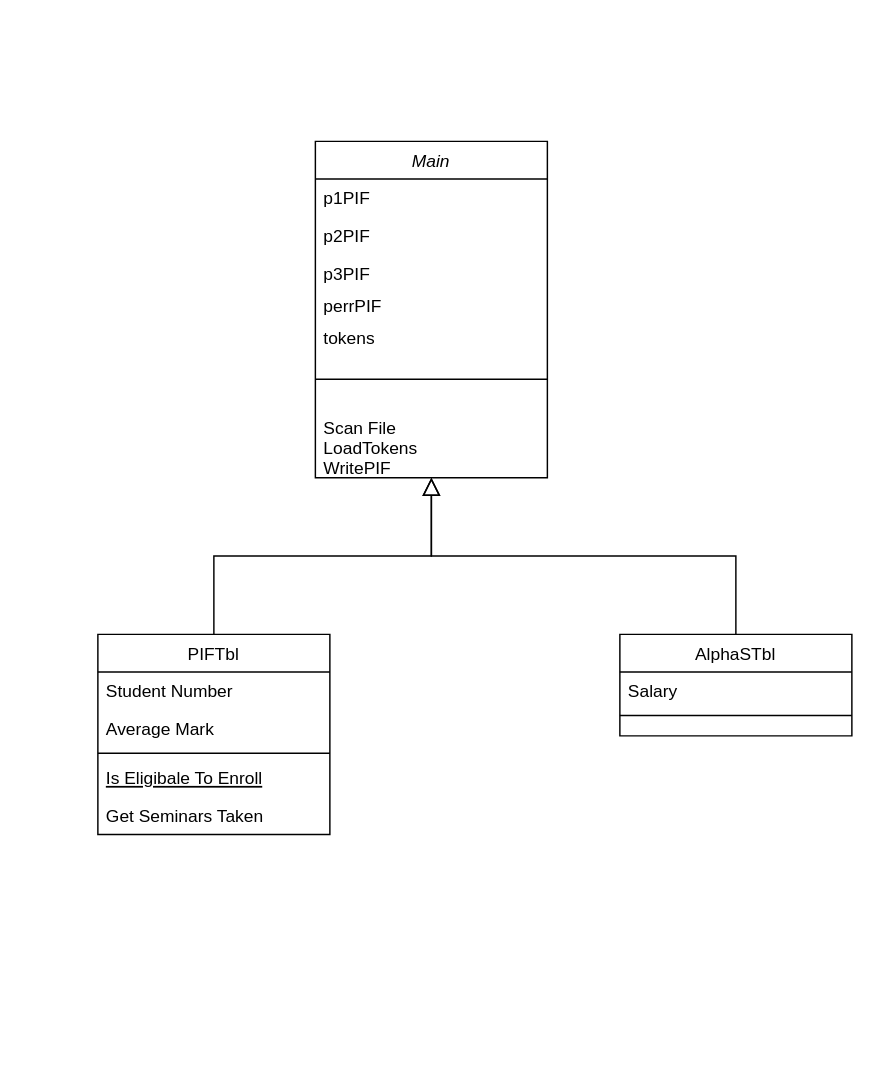
Above: L3/scannerDiag.drawio in saie2009/LFTC_Salagean (draw.io), before the change. Source tidied: cells renumbered, new cells numbered last; positions are measured from the earlier drawing's top-left corner, leaving out a move shared by most shapes. Both pictures are drawn from the tidied source at 145%, with x=0, y=0 at pixel (97, 141).
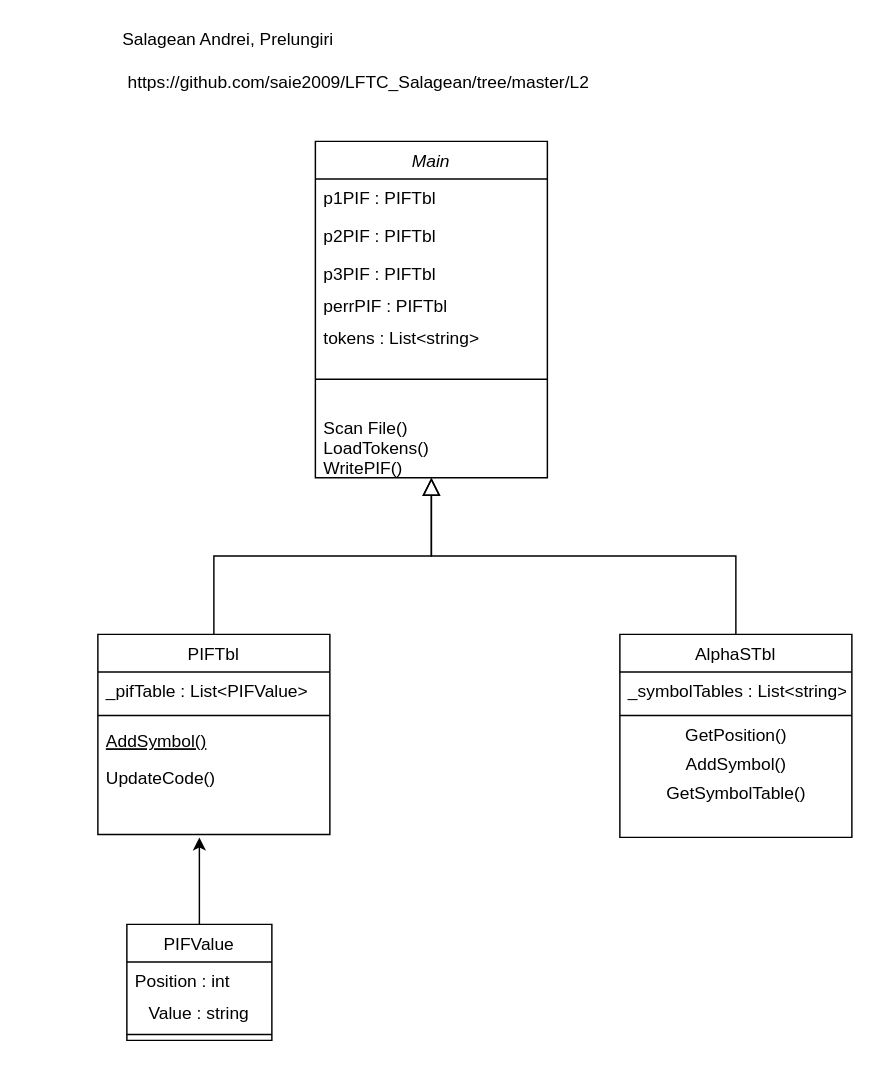
The same diagram, later.

The change refers to these unchanged cells:
```xml
<mxCell id="2" value="Main" style="swimlane;fontStyle=2;align=center;verticalAlign=top;horizontal=1;startSize=26;rounded=0;shadow=0;strokeWidth=1;" parent="1" vertex="1">
  <mxGeometry x="150" width="160" height="232" as="geometry" />
</mxCell>
<mxCell id="12" value="PIFTbl" style="swimlane;fontStyle=0;align=center;verticalAlign=top;horizontal=1;startSize=26;rounded=0;shadow=0;strokeWidth=1;" parent="1" vertex="1">
  <mxGeometry y="340" width="160" height="138" as="geometry" />
</mxCell>
```

The edit, as a diff of the source:
```diff
@@
-    <mxCell id="3" value="p1PIF" style="text;align=left;verticalAlign=top;spacingLeft=4;spacingRight=4;overflow=hidden;" parent="2" vertex="1">
+    <mxCell id="3" value="p1PIF : PIFTbl" style="text;align=left;verticalAlign=top;spacingLeft=4;spacingRight=4;overflow=hidden;" parent="2" vertex="1">
       <mxGeometry y="26" width="160" height="26" as="geometry" />
     </mxCell>
-    <mxCell id="4" value="p2PIF" style="text;align=left;verticalAlign=top;spacingLeft=4;spacingRight=4;overflow=hidden;rounded=0;shadow=0;html=0;" parent="2" vertex="1">
+    <mxCell id="4" value="p2PIF : PIFTbl&#10;" style="text;align=left;verticalAlign=top;spacingLeft=4;spacingRight=4;overflow=hidden;rounded=0;shadow=0;html=0;" parent="2" vertex="1">
       <mxGeometry y="52" width="160" height="26" as="geometry" />
     </mxCell>
-    <mxCell id="5" value="p3PIF" style="text;align=left;verticalAlign=top;spacingLeft=4;spacingRight=4;overflow=hidden;rounded=0;shadow=0;html=0;" parent="2" vertex="1">
+    <mxCell id="5" value="p3PIF : PIFTbl&#10;" style="text;align=left;verticalAlign=top;spacingLeft=4;spacingRight=4;overflow=hidden;rounded=0;shadow=0;html=0;" parent="2" vertex="1">
       <mxGeometry y="78" width="160" height="22" as="geometry" />
     </mxCell>
-    <mxCell id="6" value="perrPIF" style="text;align=left;verticalAlign=top;spacingLeft=4;spacingRight=4;overflow=hidden;rounded=0;shadow=0;html=0;" parent="2" vertex="1">
+    <mxCell id="6" value="perrPIF : PIFTbl&#10;" style="text;align=left;verticalAlign=top;spacingLeft=4;spacingRight=4;overflow=hidden;rounded=0;shadow=0;html=0;" parent="2" vertex="1">
       <mxGeometry y="100" width="160" height="22" as="geometry" />
     </mxCell>
-    <mxCell id="7" value="tokens&#10;" style="text;align=left;verticalAlign=top;spacingLeft=4;spacingRight=4;overflow=hidden;rounded=0;shadow=0;html=0;" parent="2" vertex="1">
+    <mxCell id="7" value="tokens : List&lt;string&gt;&#10;" style="text;align=left;verticalAlign=top;spacingLeft=4;spacingRight=4;overflow=hidden;rounded=0;shadow=0;html=0;" parent="2" vertex="1">
       <mxGeometry y="122" width="160" height="22" as="geometry" />
     </mxCell>
@@
-    <mxCell id="9" value="Scan File&#10;LoadTokens&#10;WritePIF" style="text;align=left;verticalAlign=top;spacingLeft=4;spacingRight=4;overflow=hidden;" parent="2" vertex="1">
+    <mxCell id="9" value="Scan File()&#10;LoadTokens()&#10;WritePIF()" style="text;align=left;verticalAlign=top;spacingLeft=4;spacingRight=4;overflow=hidden;" parent="2" vertex="1">
       <mxGeometry y="184" width="160" height="48" as="geometry" />
     </mxCell>
@@
-    <mxCell id="13" value="Student Number" style="text;align=left;verticalAlign=top;spacingLeft=4;spacingRight=4;overflow=hidden;" parent="12" vertex="1">
+    <mxCell id="13" value="_pifTable : List&lt;PIFValue&gt;" style="text;align=left;verticalAlign=top;spacingLeft=4;spacingRight=4;overflow=hidden;" parent="12" vertex="1">
       <mxGeometry y="26" width="160" height="26" as="geometry" />
     </mxCell>
-    <mxCell id="14" value="Average Mark" style="text;align=left;verticalAlign=top;spacingLeft=4;spacingRight=4;overflow=hidden;rounded=0;shadow=0;html=0;" parent="12" vertex="1">
-      <mxGeometry y="52" width="160" height="26" as="geometry" />
-    </mxCell>
     <mxCell id="15" style="line;html=1;strokeWidth=1;align=left;verticalAlign=middle;spacingTop=-1;spacingLeft=3;spacingRight=3;labelPosition=right;" parent="12" vertex="1">
-      <mxGeometry y="78" width="160" height="8" as="geometry" />
+      <mxGeometry y="52" width="160" height="8" as="geometry" />
     </mxCell>
-    <mxCell id="16" value="Is Eligibale To Enroll" style="text;align=left;verticalAlign=top;spacingLeft=4;spacingRight=4;overflow=hidden;fontStyle=4;" parent="12" vertex="1">
-      <mxGeometry y="86" width="160" height="26" as="geometry" />
+    <mxCell id="16" value="AddSymbol()&#10;" style="text;align=left;verticalAlign=top;spacingLeft=4;spacingRight=4;overflow=hidden;fontStyle=4;" parent="12" vertex="1">
+      <mxGeometry y="60" width="160" height="26" as="geometry" />
     </mxCell>
-    <mxCell id="17" value="Get Seminars Taken" style="text;align=left;verticalAlign=top;spacingLeft=4;spacingRight=4;overflow=hidden;" parent="12" vertex="1">
-      <mxGeometry y="112" width="160" height="26" as="geometry" />
+    <mxCell id="17" value="UpdateCode()&#10;" style="text;align=left;verticalAlign=top;spacingLeft=4;spacingRight=4;overflow=hidden;" parent="12" vertex="1">
+      <mxGeometry y="86" width="160" height="26" as="geometry" />
     </mxCell>
     <mxCell id="18" value="AlphaSTbl&#10;" style="swimlane;fontStyle=0;align=center;verticalAlign=top;horizontal=1;startSize=26;rounded=0;shadow=0;strokeWidth=1;" parent="1" vertex="1">
-      <mxGeometry x="360" y="340" width="160" height="70" as="geometry" />
+      <mxGeometry x="360" y="340" width="160" height="140" as="geometry" />
     </mxCell>
-    <mxCell id="19" value="Salary" style="text;align=left;verticalAlign=top;spacingLeft=4;spacingRight=4;overflow=hidden;" parent="18" vertex="1">
+    <mxCell id="19" value="_symbolTables : List&lt;string&gt;" style="text;align=left;verticalAlign=top;spacingLeft=4;spacingRight=4;overflow=hidden;" parent="18" vertex="1">
       <mxGeometry y="26" width="160" height="26" as="geometry" />
     </mxCell>
@@
+    <mxCell id="21" value="GetPosition()&lt;br&gt;" style="text;html=1;align=center;verticalAlign=middle;" parent="18" vertex="1">
+      <mxGeometry y="60" width="160" height="20" as="geometry" />
+    </mxCell>
+    <mxCell id="22" value="AddSymbol()&lt;br&gt;" style="text;html=1;align=center;verticalAlign=middle;" parent="18" vertex="1">
+      <mxGeometry y="80" width="160" height="20" as="geometry" />
+    </mxCell>
+    <mxCell id="23" value="GetSymbolTable()&lt;br&gt;" style="text;html=1;align=center;verticalAlign=middle;" parent="18" vertex="1">
+      <mxGeometry y="100" width="160" height="20" as="geometry" />
+    </mxCell>
+    <mxCell id="24" style="edgeStyle=orthogonalEdgeStyle;rounded=0;orthogonalLoop=1;jettySize=auto;html=1;" parent="1" edge="1">
+      <mxGeometry relative="1" as="geometry">
+        <mxPoint x="70" y="540" as="sourcePoint" />
+        <mxPoint x="70" y="480" as="targetPoint" />
+      </mxGeometry>
+    </mxCell>
+    <mxCell id="25" value="PIFValue" style="swimlane;fontStyle=0;align=center;verticalAlign=top;horizontal=1;startSize=26;rounded=0;shadow=0;strokeWidth=1;" parent="1" vertex="1">
+      <mxGeometry x="20" y="540" width="100" height="80" as="geometry" />
+    </mxCell>
+    <mxCell id="26" value="Position : int" style="text;align=left;verticalAlign=top;spacingLeft=4;spacingRight=4;overflow=hidden;" parent="25" vertex="1">
+      <mxGeometry y="26" width="100" height="26" as="geometry" />
+    </mxCell>
+    <mxCell id="27" value="Value : string&lt;br&gt;" style="text;html=1;strokeColor=none;fillColor=none;align=center;verticalAlign=middle;whiteSpace=wrap;rounded=0;" parent="25" vertex="1">
+      <mxGeometry y="52" width="100" height="20" as="geometry" />
+    </mxCell>
+    <mxCell id="28" style="line;html=1;strokeWidth=1;align=left;verticalAlign=middle;spacingTop=-1;spacingLeft=3;spacingRight=3;labelPosition=right;" parent="25" vertex="1">
+      <mxGeometry y="72" width="100" height="8" as="geometry" />
+    </mxCell>
+    <mxCell id="29" value="https://github.com/saie2009/LFTC_Salagean/tree/master/L2" style="text;html=1;strokeColor=none;fillColor=none;align=center;verticalAlign=middle;whiteSpace=wrap;rounded=0;" parent="1" vertex="1">
+      <mxGeometry x="160" y="-50" width="40" height="20" as="geometry" />
+    </mxCell>
+    <mxCell id="30" value="Salagean Andrei, Prelungiri" style="text;html=1;strokeColor=none;fillColor=none;align=center;verticalAlign=middle;whiteSpace=wrap;rounded=0;" parent="1" vertex="1">
+      <mxGeometry x="-50" y="-80" width="280" height="20" as="geometry" />
+    </mxCell>
```
